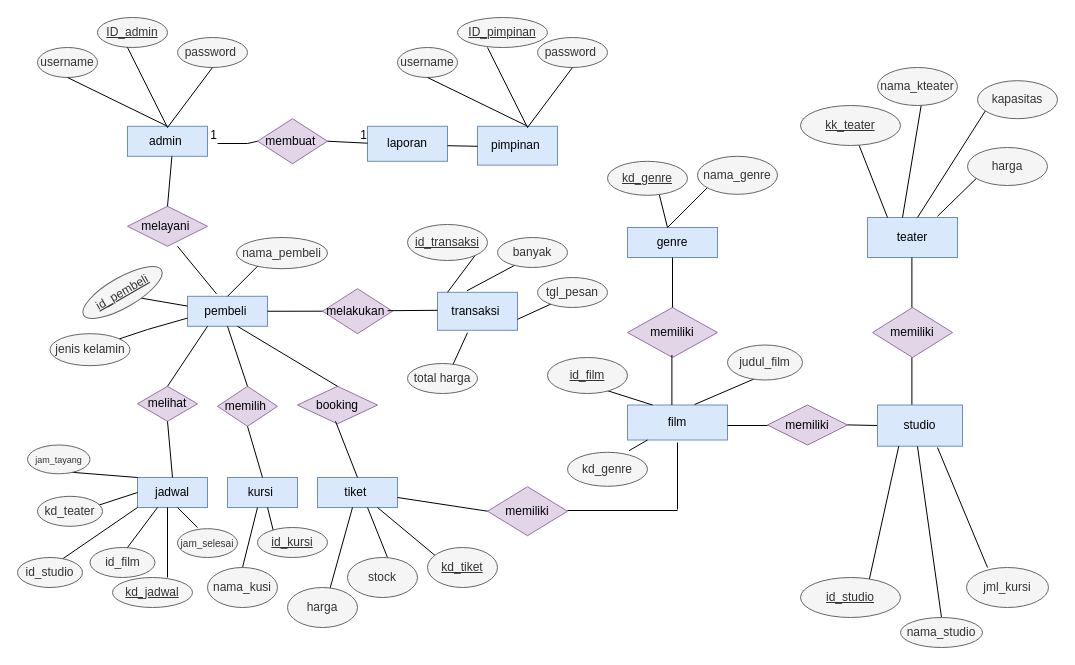
Before: Untitled Diagram.drawio in dindatsniaa/perpstakaan, a draw.io diagram. Source tidied: cells renumbered, new cells numbered last; positions are measured from the earlier drawing's top-left corner, leaving out a move shared by most shapes. Both pictures are drawn from the tidied source at 100%, with x=0, y=0 at pixel (17, 17).
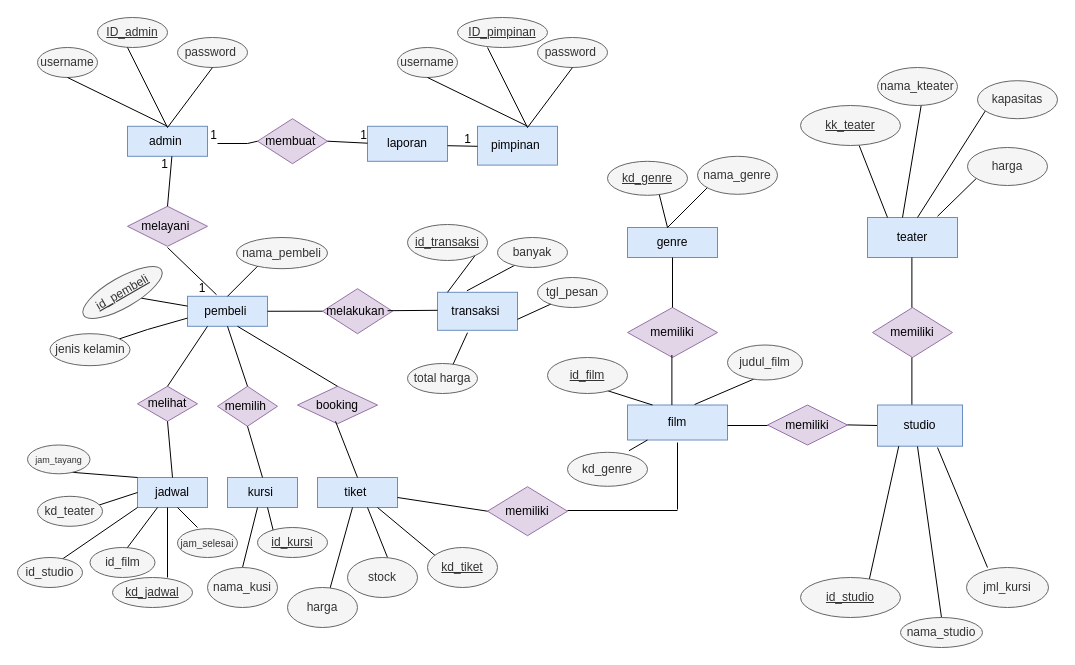
Above is the later version.

The change refers to these unchanged cells:
```xml
<mxCell id="12" value="pembeli&amp;nbsp;" style="whiteSpace=wrap;html=1;align=center;fillColor=#dae8fc;strokeColor=#6c8ebf;" parent="1" vertex="1">
  <mxGeometry x="170" y="278.8" width="80" height="30" as="geometry" />
</mxCell>
```

Diff of the diagram source:
```diff
@@
-    <mxCell id="28" style="endArrow=none;html=1;rounded=0;entryX=0.362;entryY=-0.084;entryDx=0;entryDy=0;entryPerimeter=0;" parent="1" edge="1" target="12">
+    <mxCell id="28" style="endArrow=none;html=1;rounded=0;entryX=0.362;entryY=-0.084;entryDx=0;entryDy=0;entryPerimeter=0;" parent="1" edge="1">
       <mxGeometry relative="1" as="geometry">
-        <mxPoint x="160" y="228.8" as="sourcePoint" />
+        <mxPoint x="150" y="230" as="sourcePoint" />
+        <mxPoint x="199" y="277.2" as="targetPoint" />
       </mxGeometry>
     </mxCell>
@@
+    <mxCell id="120" value="1" style="html=1;align=right;verticalAlign=bottom;" parent="1" vertex="1">
+      <mxGeometry x="350" y="138.7" as="geometry">
+        <mxPoint x="104" y="-9" as="offset" />
+      </mxGeometry>
+    </mxCell>
+    <mxCell id="121" value="1" style="html=1;align=right;verticalAlign=bottom;" parent="1" vertex="1">
+      <mxGeometry x="205.2" y="136" as="geometry">
+        <mxPoint x="-54" y="19" as="offset" />
+      </mxGeometry>
+    </mxCell>
+    <mxCell id="122" value="1" style="text;html=1;strokeColor=none;fillColor=none;align=center;verticalAlign=middle;whiteSpace=wrap;rounded=0;" parent="1" vertex="1">
+      <mxGeometry x="170" y="260" width="30" height="21.2" as="geometry" />
+    </mxCell>
```
